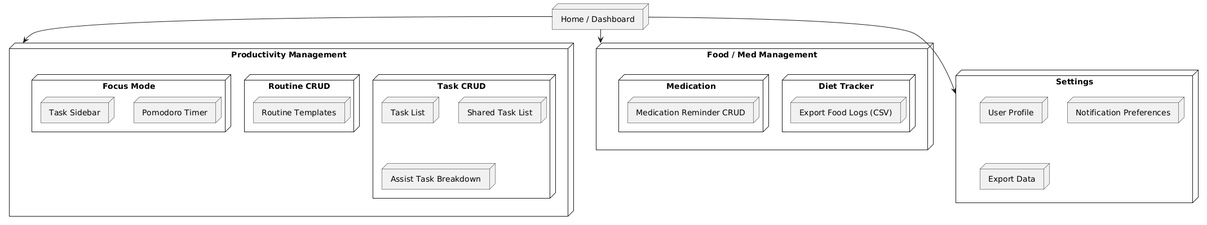
Earlier version of the PlantUML export Sprint 0 Documentation/Information Architecture Diagram/IA_diagram.png (lnkl26/capstone). The source it was exported from:
```plantuml
@startuml
node "Home / Dashboard" {
}

node "Productivity Management" {
  node "Task CRUD" {
    node "Task List"
    node "Shared Task List"
    node "Assist Task Breakdown"
  }
  node "Routine CRUD" {
    node "Routine Templates"
  }
  node "Focus Mode" {
    node "Pomodoro Timer"
    node "Task Sidebar"
  }
}

node "Food / Med Management" {
  node "Diet Tracker" {
    node "Export Food Logs (CSV)"
  }
  node "Medication" {
    node "Medication Reminder CRUD"
  }
}

node "Settings" {
  node "User Profile"
  node "Notification Preferences"
  node "Export Data"
}

"Home / Dashboard" --> "Productivity Management"
"Home / Dashboard" --> "Food / Med Management"
"Home / Dashboard" --> "Settings"
@enduml
```
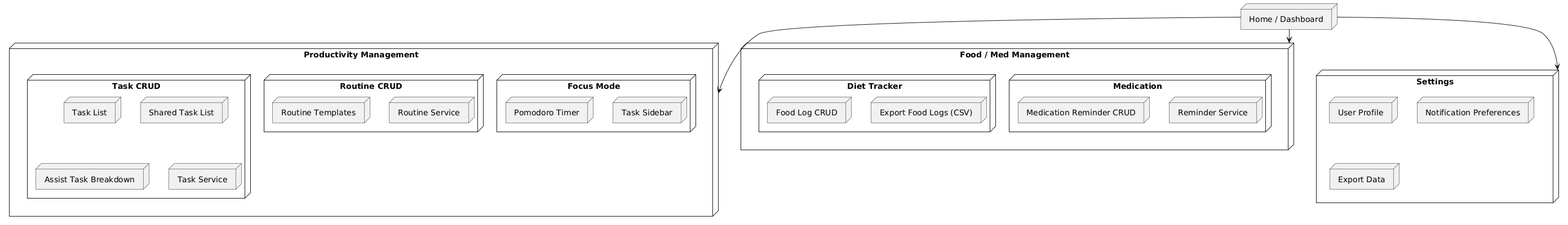
Later version of the same file.

The edit, as a diff of the source:
```diff
@@ -7,9 +7,11 @@
     node "Task List"
     node "Shared Task List"
     node "Assist Task Breakdown"
+    node "Task Service"
   }
   node "Routine CRUD" {
     node "Routine Templates"
+    node "Routine Service"
   }
   node "Focus Mode" {
     node "Pomodoro Timer"
@@ -19,10 +21,12 @@
 
 node "Food / Med Management" {
   node "Diet Tracker" {
+    node "Food Log CRUD"
     node "Export Food Logs (CSV)"
   }
   node "Medication" {
     node "Medication Reminder CRUD"
+    node "Reminder Service"
   }
 }
 
```
